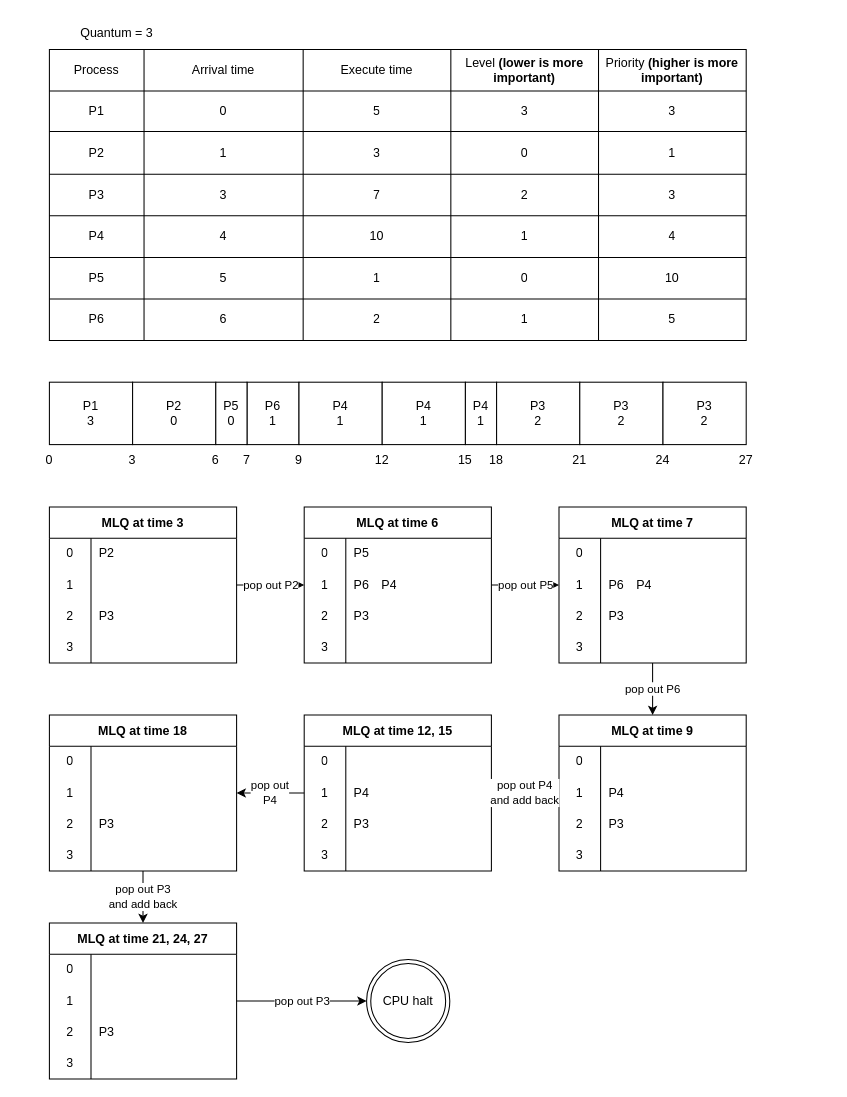
Above: os_report/content/mlq_diagram.drawio in ttn-nguyen42/ossim (draw.io), before the change. Source tidied: cells renumbered, new cells numbered last; positions are measured from the earlier drawing's top-left corner, leaving out a move shared by most shapes. Both pictures are drawn from the tidied source at 104%, with x=0, y=0 at pixel (18, 18).
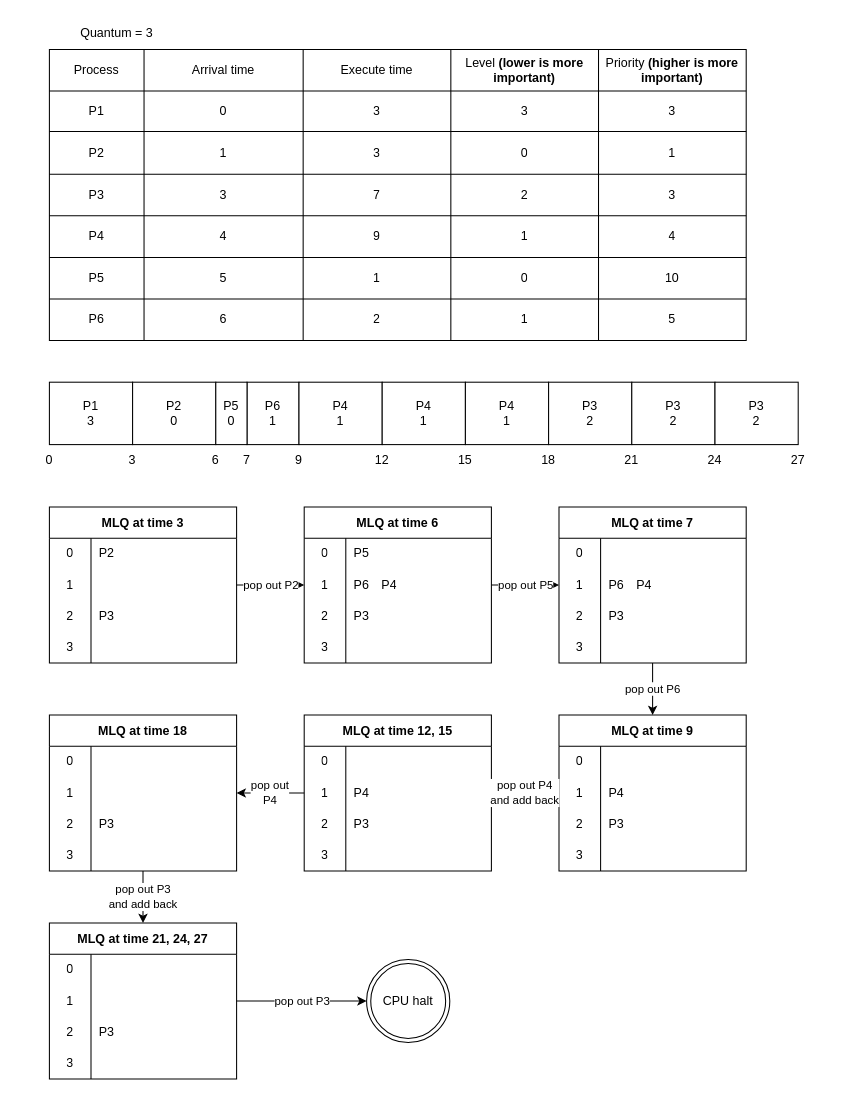
Above is the later version.

The change refers to these unchanged cells:
```xml
<mxCell id="10" style="shape=tableRow;horizontal=0;startSize=0;swimlaneHead=0;swimlaneBody=0;top=0;left=0;bottom=0;right=0;fillColor=none;" parent="3" vertex="1">
  <mxGeometry y="40" width="670" height="39" as="geometry" />
</mxCell>
<mxCell id="28" style="shape=tableRow;horizontal=0;startSize=0;swimlaneHead=0;swimlaneBody=0;top=0;left=0;bottom=0;right=0;fillColor=none;" parent="3" vertex="1">
  <mxGeometry y="160" width="670" height="40" as="geometry" />
</mxCell>
```

The edit, as a diff of the source:
```diff
@@
-    <mxCell id="13" value="5" style="shape=partialRectangle;html=1;whiteSpace=wrap;fillColor=none;top=0;left=0;bottom=0;right=0;overflow=hidden;" parent="10" vertex="1">
+    <mxCell id="13" value="3" style="shape=partialRectangle;html=1;whiteSpace=wrap;fillColor=none;top=0;left=0;bottom=0;right=0;overflow=hidden;" parent="10" vertex="1">
       <mxGeometry x="244" width="142" height="39" as="geometry" />
     </mxCell>
@@
-    <mxCell id="31" value="10" style="shape=partialRectangle;html=1;whiteSpace=wrap;fillColor=none;top=0;left=0;bottom=0;right=0;overflow=hidden;" parent="28" vertex="1">
+    <mxCell id="31" value="9" style="shape=partialRectangle;html=1;whiteSpace=wrap;fillColor=none;top=0;left=0;bottom=0;right=0;overflow=hidden;" parent="28" vertex="1">
       <mxGeometry x="244" width="142" height="40" as="geometry" />
     </mxCell>
@@
     <mxCell id="58" value="&lt;div&gt;P4&lt;/div&gt;&lt;div&gt;1&lt;br&gt;&lt;/div&gt;" style="rounded=0;whiteSpace=wrap;html=1;" parent="1" vertex="1">
-      <mxGeometry x="430" y="350" width="30" height="60" as="geometry" />
+      <mxGeometry x="430" y="350" width="80" height="60" as="geometry" />
     </mxCell>
     <mxCell id="59" value="18" style="text;html=1;strokeColor=none;fillColor=none;align=center;verticalAlign=middle;whiteSpace=wrap;rounded=0;" parent="1" vertex="1">
-      <mxGeometry x="430" y="410" width="60" height="30" as="geometry" />
+      <mxGeometry x="480" y="410" width="60" height="30" as="geometry" />
     </mxCell>
     <mxCell id="60" value="&lt;div&gt;P3&lt;/div&gt;&lt;div&gt;2&lt;br&gt;&lt;/div&gt;" style="rounded=0;whiteSpace=wrap;html=1;" parent="1" vertex="1">
-      <mxGeometry x="460" y="350" width="80" height="60" as="geometry" />
+      <mxGeometry x="510" y="350" width="80" height="60" as="geometry" />
     </mxCell>
     <mxCell id="61" value="21" style="text;html=1;strokeColor=none;fillColor=none;align=center;verticalAlign=middle;whiteSpace=wrap;rounded=0;" parent="1" vertex="1">
-      <mxGeometry x="510" y="410" width="60" height="30" as="geometry" />
+      <mxGeometry x="560" y="410" width="60" height="30" as="geometry" />
     </mxCell>
@@
     <mxCell id="91" value="&lt;div&gt;P3&lt;/div&gt;&lt;div&gt;2&lt;br&gt;&lt;/div&gt;" style="rounded=0;whiteSpace=wrap;html=1;" parent="1" vertex="1">
-      <mxGeometry x="540" y="350" width="80" height="60" as="geometry" />
+      <mxGeometry x="590" y="350" width="80" height="60" as="geometry" />
     </mxCell>
     <mxCell id="92" value="&lt;div&gt;P3&lt;/div&gt;&lt;div&gt;2&lt;br&gt;&lt;/div&gt;" style="rounded=0;whiteSpace=wrap;html=1;" parent="1" vertex="1">
-      <mxGeometry x="620" y="350" width="80" height="60" as="geometry" />
+      <mxGeometry x="670" y="350" width="80" height="60" as="geometry" />
     </mxCell>
     <mxCell id="93" value="24" style="text;html=1;strokeColor=none;fillColor=none;align=center;verticalAlign=middle;whiteSpace=wrap;rounded=0;" parent="1" vertex="1">
-      <mxGeometry x="590" y="410" width="60" height="30" as="geometry" />
+      <mxGeometry x="640" y="410" width="60" height="30" as="geometry" />
     </mxCell>
     <mxCell id="94" value="27" style="text;html=1;strokeColor=none;fillColor=none;align=center;verticalAlign=middle;whiteSpace=wrap;rounded=0;" parent="1" vertex="1">
-      <mxGeometry x="670" y="410" width="60" height="30" as="geometry" />
+      <mxGeometry x="720" y="410" width="60" height="30" as="geometry" />
     </mxCell>
```
